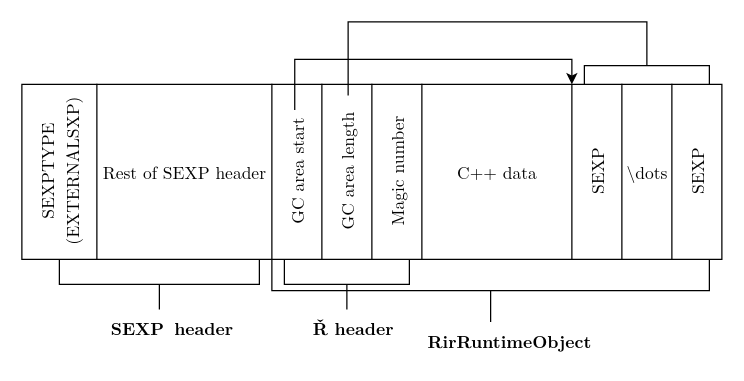
The draw.io diagram page "Rsh object structure" (2 of 5) of diagrams/diagrams.drawio in rihafilip/master-thesis, before the edit. Source tidied: cells renumbered, new cells numbered last; positions are measured from the earlier drawing's top-left corner, leaving out a move shared by most shapes. Both pictures are drawn from the tidied source at 125%, with x=0, y=0 at pixel (-10, 21).
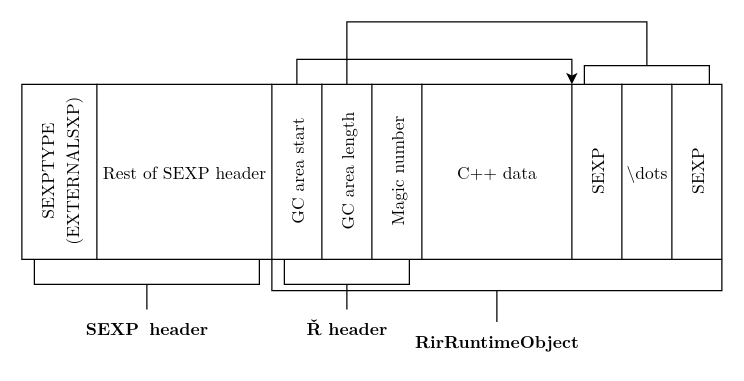
Above is the later version.

Unchanged cells that the change refers to:
```xml
<mxCell id="10" style="shape=partialRectangle;whiteSpace=wrap;html=1;right=0;top=0;bottom=0;fillColor=none;routingCenterX=-0.5;fontFamily=LM Roman 10;fontSize=14;" parent="1" vertex="1">
  <mxGeometry x="225" y="50" width="40" height="140" as="geometry" />
</mxCell>
<mxCell id="11" style="shape=partialRectangle;whiteSpace=wrap;html=1;right=0;top=0;bottom=0;fillColor=none;routingCenterX=-0.5;fontFamily=LM Roman 10;fontSize=14;" parent="1" vertex="1">
  <mxGeometry x="265" y="50" width="40" height="140" as="geometry" />
</mxCell>
<mxCell id="16" value="GC area start" style="text;html=1;align=center;verticalAlign=middle;points=[];strokeColor=none;fillColor=none;rotation=270;fontFamily=LM Roman 10;fontSize=14;" parent="1" vertex="1">
  <mxGeometry x="195" y="105" width="100" height="30" as="geometry" />
</mxCell>
<mxCell id="17" value="GC area length" style="text;html=1;align=center;verticalAlign=middle;points=[];strokeColor=none;fillColor=none;rotation=270;fontFamily=LM Roman 10;fontSize=14;" parent="1" vertex="1">
  <mxGeometry x="225" y="105" width="120" height="30" as="geometry" />
</mxCell>
<mxCell id="19" style="shape=partialRectangle;whiteSpace=wrap;html=1;right=0;top=0;bottom=0;fillColor=none;routingCenterX=-0.5;fontFamily=LM Roman 10;fontSize=14;" parent="1" vertex="1">
  <mxGeometry x="465" y="50" width="40" height="140" as="geometry" />
</mxCell>
<mxCell id="22" style="strokeWidth=1;html=1;shape=mxgraph.flowchart.annotation_2;align=left;labelPosition=right;direction=south;fontFamily=LM Roman 10;fontSize=14;" parent="1" vertex="1">
  <mxGeometry x="475" y="20" width="100" height="30" as="geometry" />
</mxCell>
```

The edit, as a diff of the source:
```diff
@@
     <mxCell id="2" style="strokeWidth=1;html=1;shape=mxgraph.flowchart.annotation_2;align=left;labelPosition=right;direction=north;fontFamily=LM Roman 10;fontSize=14;" parent="1" vertex="1">
-      <mxGeometry x="225" y="190" width="350" height="50" as="geometry" />
+      <mxGeometry x="225" y="190" width="360" height="50" as="geometry" />
     </mxCell>
@@
     <mxCell id="7" style="strokeWidth=1;html=1;shape=mxgraph.flowchart.annotation_2;align=left;labelPosition=right;direction=north;fontFamily=LM Roman 10;fontSize=14;" parent="1" vertex="1">
-      <mxGeometry x="55" y="190" width="160" height="40" as="geometry" />
+      <mxGeometry x="35" y="190" width="180" height="40" as="geometry" />
     </mxCell>
     <mxCell id="8" value="&lt;div&gt;&lt;span style=&quot;background-color: transparent; color: light-dark(rgb(0, 0, 0), rgb(255, 255, 255));&quot;&gt;SEXP&amp;nbsp;&lt;/span&gt;&lt;span style=&quot;background-color: transparent; color: light-dark(rgb(0, 0, 0), rgb(255, 255, 255));&quot;&gt;header&lt;/span&gt;&lt;/div&gt;" style="text;html=1;align=center;verticalAlign=middle;strokeColor=none;fillColor=none;fontFamily=LM Roman 10;fontStyle=1;fontSize=14;" parent="1" vertex="1">
-      <mxGeometry x="95" y="230" width="100" height="30" as="geometry" />
+      <mxGeometry x="75" y="230" width="100" height="30" as="geometry" />
     </mxCell>
-    <mxCell id="9" style="edgeStyle=orthogonalEdgeStyle;rounded=0;jettySize=auto;html=1;exitX=0.995;exitY=0.443;exitDx=0;exitDy=0;entryX=0;entryY=0;entryDx=0;entryDy=0;exitPerimeter=0;fontFamily=LM Roman 10;fontSize=14;" parent="1" edge="1" source="16" target="19">
+    <mxCell id="9" style="edgeStyle=orthogonalEdgeStyle;rounded=0;jettySize=auto;html=1;exitX=0.5;exitY=0;exitDx=0;exitDy=0;entryX=0;entryY=0;entryDx=0;entryDy=0;fontFamily=LM Roman 10;fontSize=14;" parent="1" edge="1" source="10" target="19">
       <mxGeometry relative="1" as="geometry" />
     </mxCell>
@@
     <mxCell id="15" value="Ř header" style="text;html=1;align=center;verticalAlign=middle;strokeColor=none;fillColor=none;fontFamily=LM Roman 10;fontStyle=1;fontSize=14;" parent="1" vertex="1">
-      <mxGeometry x="250" y="230" width="80" height="30" as="geometry" />
+      <mxGeometry x="245" y="230" width="80" height="30" as="geometry" />
     </mxCell>
@@
-    <mxCell id="23" style="edgeStyle=orthogonalEdgeStyle;rounded=0;jettySize=auto;html=1;exitX=1.009;exitY=0.534;exitDx=0;exitDy=0;entryX=0;entryY=0.5;entryDx=0;entryDy=0;entryPerimeter=0;exitPerimeter=0;endArrow=none;startFill=0;fontFamily=LM Roman 10;fontSize=14;" parent="1" edge="1" source="17" target="22">
+    <mxCell id="23" style="edgeStyle=orthogonalEdgeStyle;rounded=0;jettySize=auto;html=1;exitX=0.5;exitY=0;exitDx=0;exitDy=0;entryX=0;entryY=0.5;entryDx=0;entryDy=0;entryPerimeter=0;endArrow=none;startFill=0;fontFamily=LM Roman 10;fontSize=14;" parent="1" edge="1" source="11" target="22">
       <mxGeometry relative="1" as="geometry">
         <Array as="points">
-          <mxPoint x="286" />
+          <mxPoint x="285" />
           <mxPoint x="525" />
         </Array>
       </mxGeometry>
     </mxCell>
@@
     <mxCell id="29" value="RirRuntimeObject" style="text;html=1;align=center;verticalAlign=middle;strokeColor=none;fillColor=none;fontFamily=LM Roman 10;fontStyle=1;fontSize=14;" parent="1" vertex="1">
-      <mxGeometry x="350" y="240" width="130" height="30" as="geometry" />
+      <mxGeometry x="340" y="240" width="130" height="30" as="geometry" />
     </mxCell>
```
